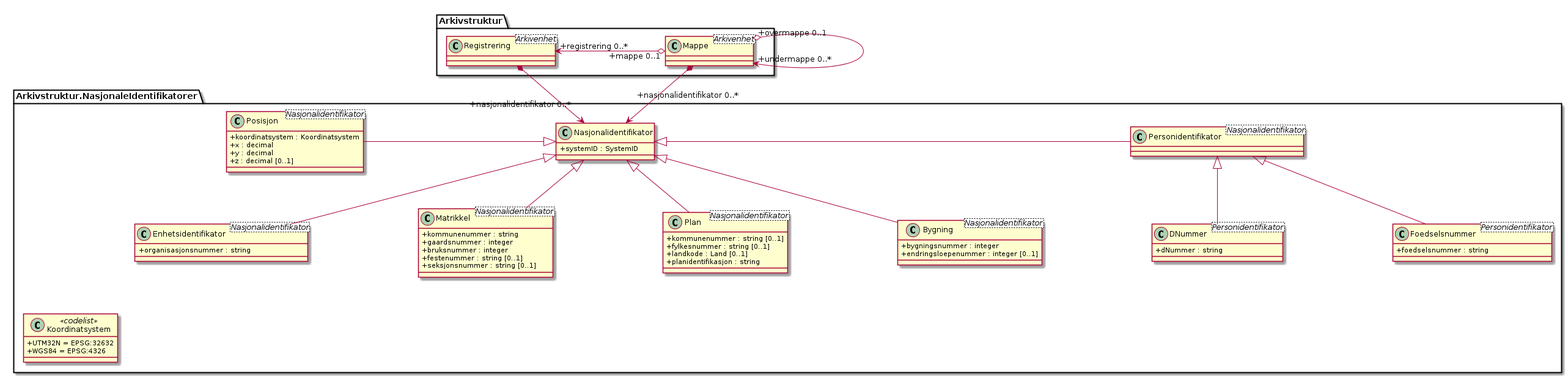
Above: kapitler/media/uml-bruken-av-nasjonalidentifikator.png in arkivverket/noark5-tjenestegrensesnitt-standard (PlantUML), before the change.
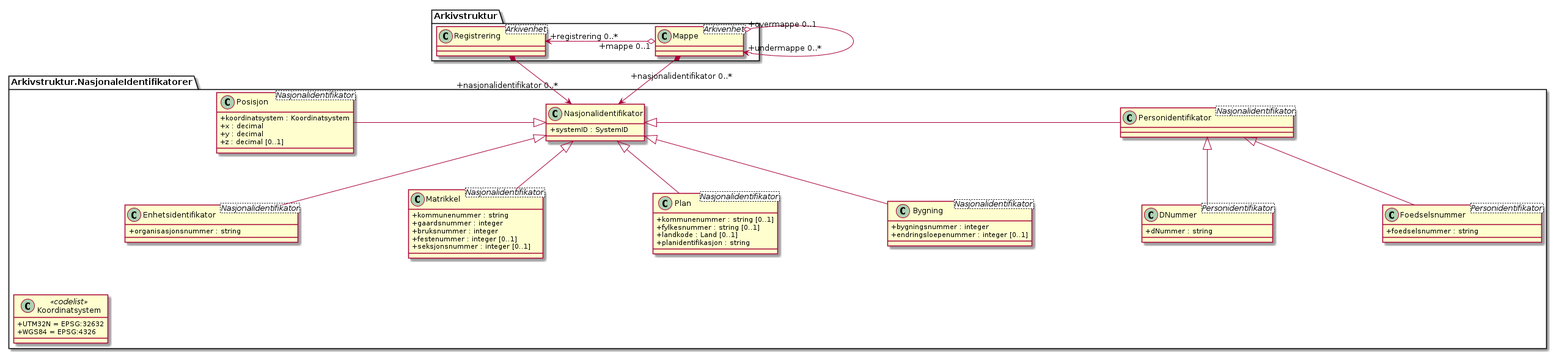
After the change.

What changed in the source:
```diff
@@ -15,8 +15,8 @@
   +kommunenummer : string
   +gaardsnummer : integer
   +bruksnummer : integer
-  +festenummer : string [0..1]
-  +seksjonsnummer : string [0..1]
+  +festenummer : integer [0..1]
+  +seksjonsnummer : integer [0..1]
 }
 class Arkivstruktur.NasjonaleIdentifikatorer.Nasjonalidentifikator {
   +systemID : SystemID
```
